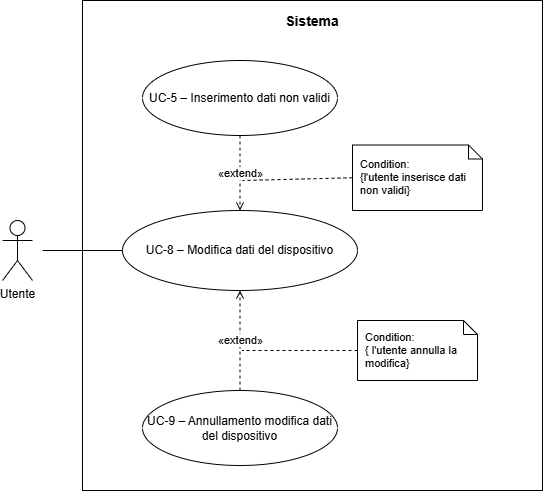
Earlier version of the draw.io export src/images/diagrammiUML/UC-8.png (CoderiusGroup/Documentazione). Source tidied: cells renumbered, new cells last; positions are measured from the earlier drawing's top-left corner, leaving out a move shared by most shapes.
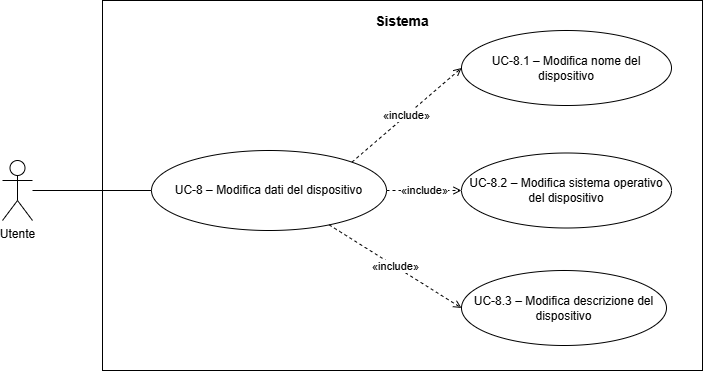
Later version of the same file.

Commit message:
Update: Impostati i png di tutti gli UML, associati agli UC corretti.

What changed in the source:
```diff
@@ -3,46 +3,36 @@
     <mxCell id="0" />
     <mxCell id="1" parent="0" />
     <mxCell id="2" value="&lt;b&gt;Sistema&lt;/b&gt;" style="rounded=0;whiteSpace=wrap;html=1;fillColor=none;strokeColor=#000000;strokeWidth=1;align=center;verticalAlign=top;fontSize=14;spacingTop=6;fontStyle=0;" parent="1" vertex="1">
-      <mxGeometry x="80" width="460" height="490" as="geometry" />
+      <mxGeometry x="30" y="270" width="600" height="370" as="geometry" />
     </mxCell>
     <mxCell id="3" value="Utente" style="shape=umlActor;verticalLabelPosition=bottom;verticalAlign=top;html=1;" parent="1" vertex="1">
-      <mxGeometry y="220" width="30" height="60" as="geometry" />
+      <mxGeometry x="-70" y="430" width="30" height="60" as="geometry" />
     </mxCell>
     <mxCell id="4" value="UC-8 – Modifica dati del dispositivo" style="ellipse;whiteSpace=wrap;html=1;fillColor=#ffffff;strokeColor=#000000;strokeWidth=1;fontSize=12;" parent="1" vertex="1">
-      <mxGeometry x="120" y="210" width="235" height="80" as="geometry" />
+      <mxGeometry x="79" y="420" width="235" height="80" as="geometry" />
     </mxCell>
-    <mxCell id="5" value="UC-5 – Inserimento dati non validi" style="ellipse;whiteSpace=wrap;html=1;fillColor=#ffffff;strokeColor=#000000;strokeWidth=1;fontSize=12;" parent="1" vertex="1">
-      <mxGeometry x="140" y="60" width="195" height="75" as="geometry" />
-    </mxCell>
-    <mxCell id="6" value="UC-9 – Annullamento modifica dati del dispositivo" style="ellipse;whiteSpace=wrap;html=1;fillColor=#ffffff;strokeColor=#000000;strokeWidth=1;fontSize=12;" parent="1" vertex="1">
-      <mxGeometry x="140" y="390" width="195" height="75" as="geometry" />
-    </mxCell>
-    <mxCell id="7" style="endArrow=none;html=1;strokeColor=#000000;strokeWidth=1;entryX=0;entryY=0.5;entryDx=0;entryDy=0;" parent="1" edge="1" target="4">
-      <mxGeometry relative="1" as="geometry">
-        <mxPoint x="40" y="250" as="sourcePoint" />
-      </mxGeometry>
-    </mxCell>
-    <mxCell id="8" value="«extend»" style="dashed=1;endArrow=open;endFill=0;html=1;strokeColor=#000000;strokeWidth=1;fontSize=11;exitX=0.5;exitY=1;exitDx=0;exitDy=0;entryX=0.5;entryY=0;entryDx=0;entryDy=0;" parent="1" edge="1" source="5" target="4">
-      <mxGeometry relative="1" as="geometry" />
-    </mxCell>
-    <mxCell id="9" value="«extend»" style="dashed=1;endArrow=open;endFill=0;html=1;strokeColor=#000000;strokeWidth=1;fontSize=11;exitX=0.5;exitY=0;exitDx=0;exitDy=0;entryX=0.5;entryY=1;entryDx=0;entryDy=0;" parent="1" edge="1" source="6" target="4">
-      <mxGeometry relative="1" as="geometry" />
-    </mxCell>
-    <mxCell id="10" value="Condition:&amp;nbsp;&lt;div&gt;{l'utente inserisce dati non validi}&lt;/div&gt;" style="shape=note;whiteSpace=wrap;html=1;backgroundOutline=1;size=14;fillColor=#ffffff;strokeColor=#000000;fontSize=11;align=left;spacingLeft=6;" parent="1" vertex="1">
-      <mxGeometry x="350" y="144.5" width="130" height="65.5" as="geometry" />
-    </mxCell>
-    <mxCell id="11" style="dashed=1;endArrow=none;html=1;strokeColor=#000000;strokeWidth=1;exitX=0;exitY=0.5;exitDx=0;exitDy=0;exitPerimeter=0;" parent="1" edge="1" source="10">
-      <mxGeometry relative="1" as="geometry">
-        <mxPoint x="240" y="180" as="targetPoint" />
-      </mxGeometry>
-    </mxCell>
-    <mxCell id="12" value="Condition:&lt;div&gt;{ l'utente annulla la modifica}&lt;/div&gt;" style="shape=note;whiteSpace=wrap;html=1;backgroundOutline=1;size=14;fillColor=#ffffff;strokeColor=#000000;fontSize=11;align=left;spacingLeft=6;" parent="1" vertex="1">
-      <mxGeometry x="355" y="320" width="120" height="60" as="geometry" />
-    </mxCell>
-    <mxCell id="13" style="dashed=1;endArrow=none;html=1;strokeColor=#000000;strokeWidth=1;exitX=0;exitY=0.5;exitDx=0;exitDy=0;exitPerimeter=0;" parent="1" edge="1" source="12">
-      <mxGeometry relative="1" as="geometry">
-        <mxPoint x="240" y="350" as="targetPoint" />
-      </mxGeometry>
-    </mxCell>
+    <mxCell id="14" value="UC-8.1 – Modifica nome del dispositivo" style="ellipse;whiteSpace=wrap;html=1;fillColor=#ffffff;strokeColor=#000000;strokeWidth=1;fontSize=12;" parent="1" vertex="1">
+      <mxGeometry x="389" y="300" width="210" height="75" as="geometry" />
+    </mxCell>
+    <mxCell id="15" value="UC-8.2 – Modifica sistema operativo del dispositivo" style="ellipse;whiteSpace=wrap;html=1;fillColor=#ffffff;strokeColor=#000000;strokeWidth=1;fontSize=12;" parent="1" vertex="1">
+      <mxGeometry x="389" y="422.5" width="210" height="75" as="geometry" />
+    </mxCell>
+    <mxCell id="16" value="UC-8.3 – Modifica descrizione del dispositivo" style="ellipse;whiteSpace=wrap;html=1;fillColor=#ffffff;strokeColor=#000000;strokeWidth=1;fontSize=12;" parent="1" vertex="1">
+      <mxGeometry x="389" y="540" width="205" height="75" as="geometry" />
+    </mxCell>
+    <mxCell id="17" style="endArrow=none;html=1;strokeColor=#000000;strokeWidth=1;entryX=0;entryY=0.5;entryDx=0;entryDy=0;" parent="1" edge="1" target="4">
+      <mxGeometry relative="1" as="geometry">
+        <mxPoint x="-40" y="460" as="sourcePoint" />
+      </mxGeometry>
+    </mxCell>
+    <mxCell id="18" value="«include»" style="dashed=1;endArrow=open;endFill=0;html=1;strokeColor=#000000;strokeWidth=1;fontSize=11;exitX=1;exitY=0;exitDx=0;exitDy=0;entryX=0;entryY=0.5;entryDx=0;entryDy=0;" parent="1" edge="1" source="4" target="14">
+      <mxGeometry relative="1" as="geometry" />
+    </mxCell>
+    <mxCell id="19" value="«include»" style="dashed=1;endArrow=open;endFill=0;html=1;strokeColor=#000000;strokeWidth=1;fontSize=11;exitX=1;exitY=0.5;exitDx=0;exitDy=0;entryX=0;entryY=0.5;entryDx=0;entryDy=0;" parent="1" edge="1" source="4" target="15">
+      <mxGeometry relative="1" as="geometry" />
+    </mxCell>
+    <mxCell id="20" value="«include»" style="dashed=1;endArrow=open;endFill=0;html=1;strokeColor=#000000;strokeWidth=1;fontSize=11;exitX=0.8;exitY=1;exitDx=0;exitDy=0;entryX=0;entryY=0.5;entryDx=0;entryDy=0;" parent="1" edge="1" source="4" target="16">
+      <mxGeometry relative="1" as="geometry" />
+    </mxCell>
   </root>
 </mxGraphModel>
```
